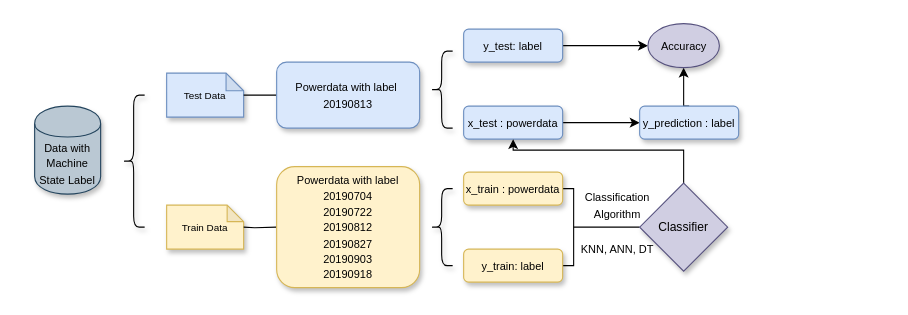
This is knndata.drawio from nimeng95/monika, a draw.io file, before an edit. Source tidied: cells renumbered, new cells numbered last; positions are measured from the earlier drawing's top-left corner, leaving out a move shared by most shapes. Both pictures are drawn from the tidied source at 110%, with x=0, y=0 at pixel (34, 23).
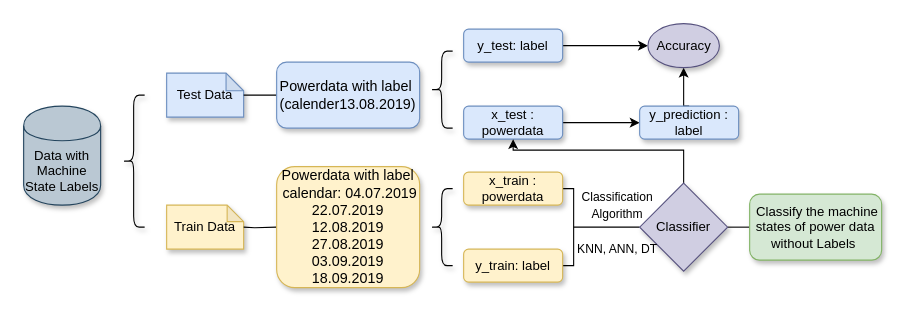
Above is the later version.

Diff of the diagram source:
```diff
@@
-    <mxCell id="2" value="&lt;font style=&quot;font-size: 9px&quot;&gt;Test Data&lt;/font&gt;" style="shape=note;whiteSpace=wrap;html=1;backgroundOutline=1;darkOpacity=0.05;fillColor=#dae8fc;strokeColor=#6c8ebf;shadow=1;size=16;" parent="1" vertex="1">
+    <mxCell id="2" value="&lt;font style=&quot;font-size: 12px&quot;&gt;Test Data&lt;/font&gt;" style="shape=note;whiteSpace=wrap;html=1;backgroundOutline=1;darkOpacity=0.05;fillColor=#dae8fc;strokeColor=#6c8ebf;shadow=1;size=16;" parent="1" vertex="1">
       <mxGeometry x="120" y="45" width="70" height="40" as="geometry" />
     </mxCell>
-    <mxCell id="3" value="&lt;font style=&quot;font-size: 9px&quot;&gt;Train Data&lt;/font&gt;" style="shape=note;whiteSpace=wrap;html=1;backgroundOutline=1;darkOpacity=0.05;fillColor=#fff2cc;strokeColor=#d6b656;shadow=1;size=15;" parent="1" vertex="1">
+    <mxCell id="3" value="&lt;font style=&quot;font-size: 12px&quot;&gt;Train Data&lt;/font&gt;" style="shape=note;whiteSpace=wrap;html=1;backgroundOutline=1;darkOpacity=0.05;fillColor=#fff2cc;strokeColor=#d6b656;shadow=1;size=15;" parent="1" vertex="1">
       <mxGeometry x="120" y="165" width="70" height="40" as="geometry" />
     </mxCell>
-    <mxCell id="4" value="&lt;font style=&quot;font-size: 10px&quot;&gt;Data with Machine State Label&lt;/font&gt;" style="shape=cylinder;whiteSpace=wrap;html=1;boundedLbl=1;backgroundOutline=1;shadow=1;fillColor=#bac8d3;strokeColor=#23445d;" parent="1" vertex="1">
-      <mxGeometry y="75" width="60" height="80" as="geometry" />
+    <mxCell id="4" value="&lt;font style=&quot;font-size: 12px&quot;&gt;Data with Machine State Labels&lt;/font&gt;" style="shape=cylinder;whiteSpace=wrap;html=1;boundedLbl=1;backgroundOutline=1;shadow=1;fillColor=#bac8d3;strokeColor=#23445d;" parent="1" vertex="1">
+      <mxGeometry x="-10" y="75" width="70" height="90" as="geometry" />
     </mxCell>
@@
-    <mxCell id="8" value="&lt;font style=&quot;font-size: 10px&quot;&gt;&lt;span style=&quot;white-space: normal&quot;&gt;Powerdata with label&amp;nbsp;&lt;/span&gt;&lt;br style=&quot;white-space: normal&quot;&gt;&lt;span style=&quot;white-space: normal&quot;&gt;20190813&lt;/span&gt;&lt;/font&gt;" style="rounded=1;whiteSpace=wrap;html=1;shadow=1;fillColor=#dae8fc;strokeColor=#6c8ebf;" parent="1" vertex="1">
+    <mxCell id="8" value="&lt;font style=&quot;font-size: 13px&quot;&gt;&lt;span style=&quot;white-space: normal&quot;&gt;Powerdata with label&amp;nbsp;&lt;/span&gt;&lt;br style=&quot;white-space: normal&quot;&gt;&lt;span style=&quot;white-space: normal&quot;&gt;(calender13.08.2019)&lt;/span&gt;&lt;/font&gt;" style="rounded=1;whiteSpace=wrap;html=1;shadow=1;fillColor=#dae8fc;strokeColor=#6c8ebf;" parent="1" vertex="1">
       <mxGeometry x="220" y="35" width="130" height="60" as="geometry" />
     </mxCell>
-    <mxCell id="9" value="&lt;span style=&quot;font-size: 10px ; white-space: normal&quot;&gt;Powerdata with label 20190704&lt;/span&gt;&lt;br style=&quot;font-size: 10px ; white-space: normal&quot;&gt;&lt;span style=&quot;font-size: 10px ; white-space: normal&quot;&gt;20190722&lt;/span&gt;&lt;br style=&quot;font-size: 10px ; white-space: normal&quot;&gt;&lt;span style=&quot;font-size: 10px ; white-space: normal&quot;&gt;20190812&lt;/span&gt;&lt;br style=&quot;font-size: 10px ; white-space: normal&quot;&gt;&lt;span style=&quot;font-size: 10px ; white-space: normal&quot;&gt;20190827&lt;/span&gt;&lt;br style=&quot;font-size: 10px ; white-space: normal&quot;&gt;&lt;span style=&quot;font-size: 10px ; white-space: normal&quot;&gt;20190903&lt;/span&gt;&lt;br style=&quot;font-size: 10px ; white-space: normal&quot;&gt;&lt;span style=&quot;font-size: 10px ; white-space: normal&quot;&gt;20190918&lt;/span&gt;" style="rounded=1;whiteSpace=wrap;html=1;shadow=1;fillColor=#fff2cc;strokeColor=#d6b656;" parent="1" vertex="1">
+    <mxCell id="9" value="&lt;font&gt;&lt;font size=&quot;2&quot;&gt;Powerdata with label&lt;br&gt;&amp;nbsp;calendar: 04.07.2019&lt;/font&gt;&lt;br style=&quot;white-space: normal&quot;&gt;&lt;span style=&quot;font-size: 13px ; white-space: normal&quot;&gt;22.07.2019&lt;/span&gt;&lt;br style=&quot;white-space: normal&quot;&gt;&lt;span style=&quot;font-size: 13px ; white-space: normal&quot;&gt;12.08.2019&lt;/span&gt;&lt;br style=&quot;white-space: normal&quot;&gt;&lt;span style=&quot;font-size: 13px ; white-space: normal&quot;&gt;27.08.2019&lt;/span&gt;&lt;br style=&quot;white-space: normal&quot;&gt;&lt;span style=&quot;font-size: 13px ; white-space: normal&quot;&gt;03.09.2019&lt;/span&gt;&lt;br style=&quot;white-space: normal&quot;&gt;&lt;span style=&quot;font-size: 13px ; white-space: normal&quot;&gt;18.09.2019&lt;/span&gt;&lt;/font&gt;" style="rounded=1;whiteSpace=wrap;html=1;shadow=1;fillColor=#fff2cc;strokeColor=#d6b656;" parent="1" vertex="1">
       <mxGeometry x="220" y="130" width="130" height="110" as="geometry" />
     </mxCell>
@@
-    <mxCell id="13" value="&lt;font style=&quot;font-size: 10px&quot;&gt;x_test : powerdata&lt;/font&gt;" style="rounded=1;whiteSpace=wrap;html=1;shadow=1;fillColor=#dae8fc;strokeColor=#6c8ebf;" parent="1" vertex="1">
+    <mxCell id="13" value="&lt;font style=&quot;font-size: 12px&quot;&gt;x_test : powerdata&lt;/font&gt;" style="rounded=1;whiteSpace=wrap;html=1;shadow=1;fillColor=#dae8fc;strokeColor=#6c8ebf;" parent="1" vertex="1">
       <mxGeometry x="390" y="75" width="90" height="30" as="geometry" />
     </mxCell>
@@
-    <mxCell id="15" value="&lt;font style=&quot;font-size: 10px&quot;&gt;y_test: label&lt;/font&gt;" style="rounded=1;whiteSpace=wrap;html=1;shadow=1;fillColor=#dae8fc;strokeColor=#6c8ebf;" parent="1" vertex="1">
+    <mxCell id="15" value="&lt;font style=&quot;font-size: 12px&quot;&gt;y_test: label&lt;/font&gt;" style="rounded=1;whiteSpace=wrap;html=1;shadow=1;fillColor=#dae8fc;strokeColor=#6c8ebf;" parent="1" vertex="1">
       <mxGeometry x="390" y="5" width="90" height="30" as="geometry" />
     </mxCell>
@@
-    <mxCell id="17" value="&lt;font style=&quot;font-size: 10px&quot;&gt;x_train : powerdata&lt;/font&gt;" style="rounded=1;whiteSpace=wrap;html=1;shadow=1;fillColor=#fff2cc;strokeColor=#d6b656;" parent="1" vertex="1">
+    <mxCell id="17" value="&lt;font style=&quot;font-size: 12px&quot;&gt;x_train : powerdata&lt;/font&gt;" style="rounded=1;whiteSpace=wrap;html=1;shadow=1;fillColor=#fff2cc;strokeColor=#d6b656;" parent="1" vertex="1">
       <mxGeometry x="390" y="135" width="90" height="30" as="geometry" />
     </mxCell>
-    <mxCell id="18" value="&lt;font style=&quot;font-size: 10px&quot;&gt;y_train: label&lt;/font&gt;" style="rounded=1;whiteSpace=wrap;html=1;shadow=1;fillColor=#fff2cc;strokeColor=#d6b656;" parent="1" vertex="1">
+    <mxCell id="18" value="&lt;font style=&quot;font-size: 12px&quot;&gt;y_train: label&lt;/font&gt;" style="rounded=1;whiteSpace=wrap;html=1;shadow=1;fillColor=#fff2cc;strokeColor=#d6b656;" parent="1" vertex="1">
       <mxGeometry x="390" y="205" width="90" height="30" as="geometry" />
     </mxCell>
@@
-    <mxCell id="20" value="&lt;font style=&quot;font-size: 10px&quot;&gt;y_prediction : label&lt;/font&gt;" style="rounded=1;whiteSpace=wrap;html=1;shadow=1;fillColor=#dae8fc;strokeColor=#6c8ebf;" parent="1" vertex="1">
+    <mxCell id="20" value="&lt;font style=&quot;font-size: 12px&quot;&gt;y_prediction : label&lt;/font&gt;" style="rounded=1;whiteSpace=wrap;html=1;shadow=1;fillColor=#dae8fc;strokeColor=#6c8ebf;" parent="1" vertex="1">
       <mxGeometry x="550" y="75" width="90" height="30" as="geometry" />
     </mxCell>
@@
+    <mxCell id="27" style="edgeStyle=orthogonalEdgeStyle;rounded=0;jettySize=auto;html=1;exitX=1;exitY=0.5;exitDx=0;exitDy=0;entryX=0;entryY=0.5;entryDx=0;entryDy=0;endArrow=none;endFill=0;" parent="1" edge="1" source="23" target="28">
+      <mxGeometry relative="1" as="geometry" />
+    </mxCell>
-    <mxCell id="23" value="&lt;font style=&quot;font-size: 11px&quot;&gt;Classifier&lt;/font&gt;" style="rhombus;whiteSpace=wrap;html=1;shadow=1;fillColor=#d0cee2;strokeColor=#56517e;" parent="1" vertex="1">
+    <mxCell id="23" value="&lt;font style=&quot;font-size: 12px&quot;&gt;Classifier&lt;/font&gt;" style="rhombus;whiteSpace=wrap;html=1;shadow=1;fillColor=#d0cee2;strokeColor=#56517e;" parent="1" vertex="1">
       <mxGeometry x="550" y="145" width="80" height="80" as="geometry" />
     </mxCell>
-    <mxCell id="24" value="&lt;font style=&quot;font-size: 10px&quot;&gt;Classification &lt;br&gt;Algorithm&lt;/font&gt;" style="text;html=1;strokeColor=none;fillColor=none;align=center;verticalAlign=middle;whiteSpace=wrap;rounded=0;shadow=1;" parent="1" vertex="1">
+    <mxCell id="24" value="&lt;font style=&quot;font-size: 11px&quot;&gt;Classification &lt;br&gt;Algorithm&lt;/font&gt;" style="text;html=1;strokeColor=none;fillColor=none;align=center;verticalAlign=middle;whiteSpace=wrap;rounded=0;shadow=1;" parent="1" vertex="1">
       <mxGeometry x="490" y="145" width="80" height="40" as="geometry" />
     </mxCell>
-    <mxCell id="25" value="&lt;font size=&quot;1&quot;&gt;KNN, ANN, DT&lt;/font&gt;" style="text;html=1;strokeColor=none;fillColor=none;align=center;verticalAlign=middle;whiteSpace=wrap;rounded=0;shadow=1;" parent="1" vertex="1">
+    <mxCell id="25" value="&lt;font style=&quot;font-size: 11px&quot;&gt;KNN, ANN, DT&lt;/font&gt;" style="text;html=1;strokeColor=none;fillColor=none;align=center;verticalAlign=middle;whiteSpace=wrap;rounded=0;shadow=1;" parent="1" vertex="1">
       <mxGeometry x="490" y="185" width="80" height="40" as="geometry" />
     </mxCell>
-    <mxCell id="26" value="&lt;font style=&quot;font-size: 10px&quot;&gt;Accuracy&lt;/font&gt;" style="ellipse;whiteSpace=wrap;html=1;shadow=1;fillColor=#d0cee2;strokeColor=#56517e;" parent="1" vertex="1">
+    <mxCell id="26" value="&lt;font style=&quot;font-size: 12px&quot;&gt;Accuracy&lt;/font&gt;" style="ellipse;whiteSpace=wrap;html=1;shadow=1;fillColor=#d0cee2;strokeColor=#56517e;" parent="1" vertex="1">
       <mxGeometry x="557.5" width="65" height="40" as="geometry" />
     </mxCell>
+    <mxCell id="28" value="&amp;nbsp;Classify the machine states of power data without Labels&amp;nbsp;" style="rounded=1;whiteSpace=wrap;html=1;shadow=1;fillColor=#d5e8d4;strokeColor=#82b366;" parent="1" vertex="1">
+      <mxGeometry x="650" y="155" width="120" height="60" as="geometry" />
+    </mxCell>
```
